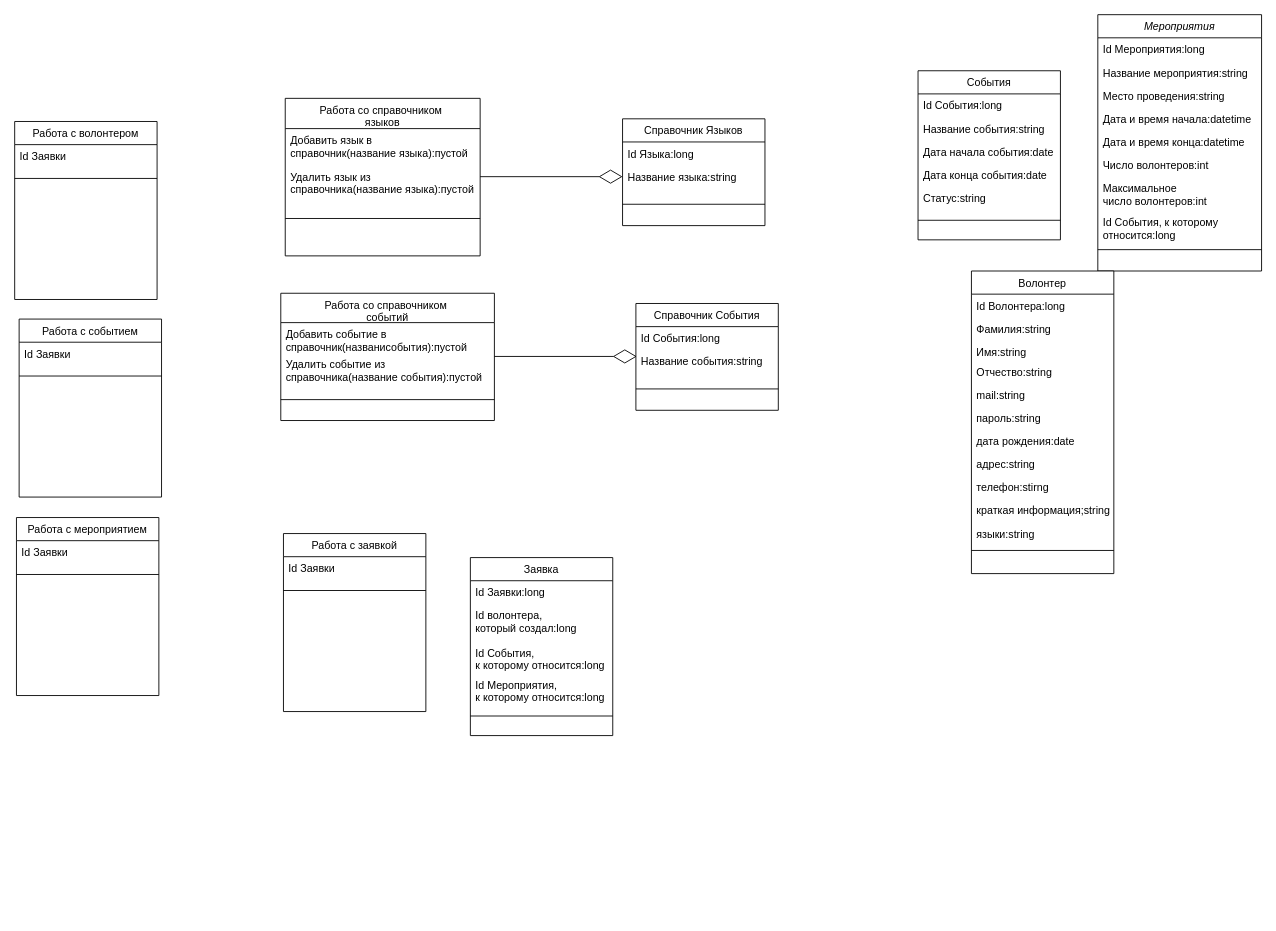
This is dclass.drawio from Alexander-Bankov/draw, a draw.io file, before an edit. Source tidied: cells renumbered, new cells numbered last; positions are measured from the earlier drawing's top-left corner, leaving out a move shared by most shapes. Both pictures are drawn from the tidied source at 89%, with x=0, y=0 at pixel (14, 14).
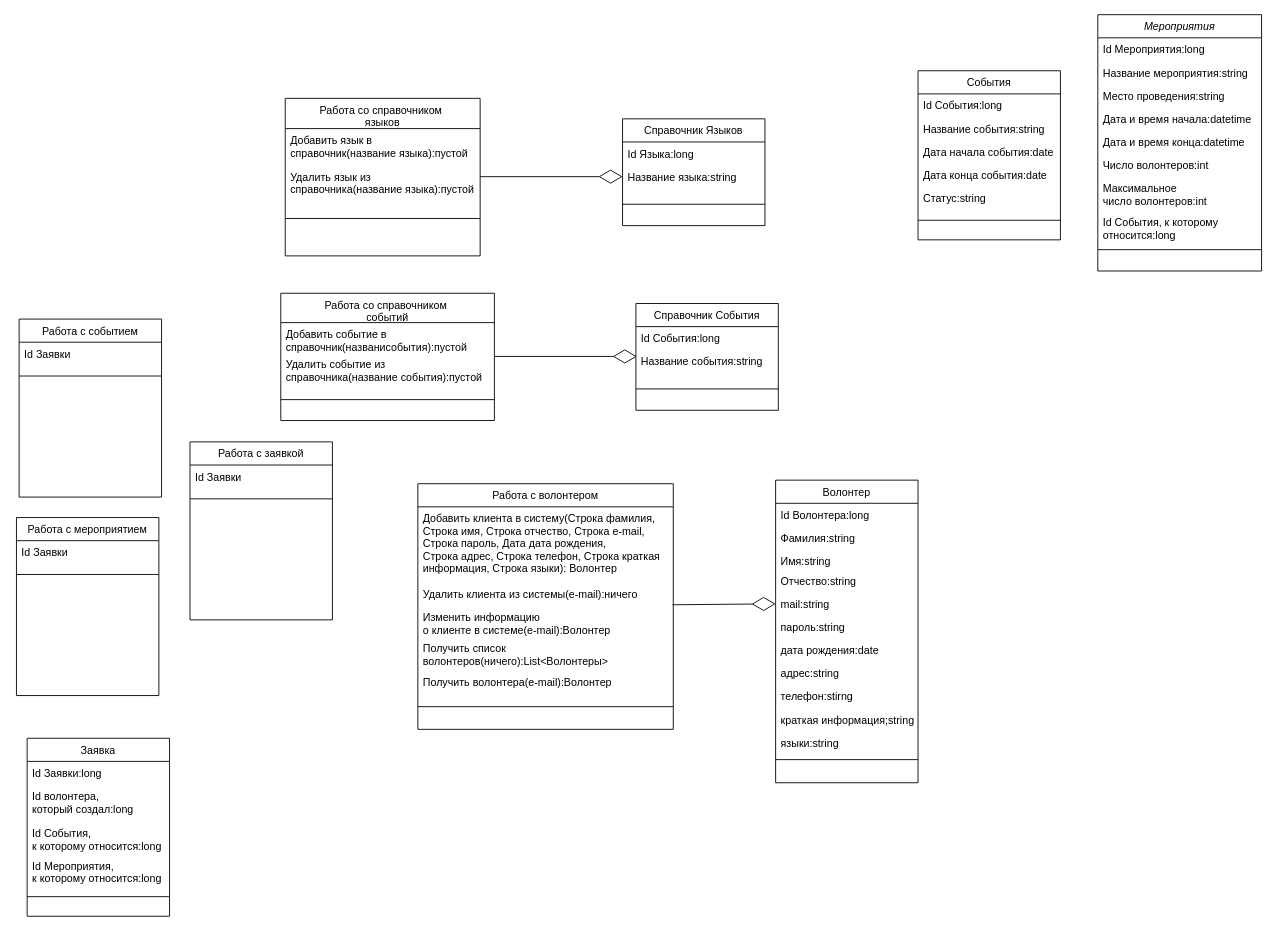
Above is the later version.

Unchanged cells that the change refers to:
```xml
<mxCell id="23" value="mail:string" style="text;align=left;verticalAlign=top;spacingLeft=4;spacingRight=4;overflow=hidden;points=[[0,0.5],[1,0.5]];portConstraint=eastwest;" parent="18" vertex="1">
  <mxGeometry y="126" width="160" height="26" as="geometry" />
</mxCell>
```

The edit, as a diff of the source:
```diff
@@
     <mxCell id="12" value="Заявка" style="swimlane;fontStyle=0;align=center;verticalAlign=top;horizontal=1;startSize=26;rounded=0;shadow=0;strokeWidth=1;" parent="1" vertex="1">
-      <mxGeometry x="512" y="610" width="160" height="200" as="geometry" />
+      <mxGeometry x="14" y="813" width="160" height="200" as="geometry" />
     </mxCell>
@@
     <mxCell id="18" value="Волонтер" style="swimlane;fontStyle=0;align=center;verticalAlign=top;horizontal=1;startSize=26;rounded=0;shadow=0;strokeWidth=1;" parent="1" vertex="1">
-      <mxGeometry x="1075" y="288" width="160" height="340" as="geometry" />
+      <mxGeometry x="855" y="523" width="160" height="340" as="geometry" />
     </mxCell>
@@
     <mxCell id="46" value="Работа с волонтером" style="swimlane;fontStyle=0;align=center;verticalAlign=top;horizontal=1;startSize=26;rounded=0;shadow=0;strokeWidth=1;" parent="1" vertex="1">
-      <mxGeometry y="120" width="160" height="200" as="geometry" />
+      <mxGeometry x="453" y="527" width="287" height="276" as="geometry" />
     </mxCell>
-    <mxCell id="47" value="Id Заявки" style="text;align=left;verticalAlign=top;spacingLeft=4;spacingRight=4;overflow=hidden;" parent="46" vertex="1">
-      <mxGeometry y="26" width="160" height="26" as="geometry" />
+    <mxCell id="47" value="Добавить клиента в систему(Строка фамилия,&#10;Строка имя, Строка отчество, Строка e-mail, &#10;Строка пароль, Дата дата рождения,&#10;Строка адрес, Строка телефон, Строка краткая&#10;информация, Строка языки): Волонтер" style="text;align=left;verticalAlign=top;spacingLeft=4;spacingRight=4;overflow=hidden;" parent="46" vertex="1">
+      <mxGeometry y="26" width="287" height="85" as="geometry" />
     </mxCell>
+    <mxCell id="68" value="Удалить клиента из системы(e-mail):ничего" style="text;align=left;verticalAlign=top;spacingLeft=4;spacingRight=4;overflow=hidden;" parent="46" vertex="1">
+      <mxGeometry y="111" width="287" height="26" as="geometry" />
+    </mxCell>
+    <mxCell id="69" value="Изменить информацию &#10;о клиенте в системе(e-mail):Волонтер" style="text;align=left;verticalAlign=top;spacingLeft=4;spacingRight=4;overflow=hidden;" parent="46" vertex="1">
+      <mxGeometry y="137" width="287" height="35" as="geometry" />
+    </mxCell>
+    <mxCell id="70" value="Получить список &#10;волонтеров(ничего):List&lt;Волонтеры&gt;" style="text;align=left;verticalAlign=top;spacingLeft=4;spacingRight=4;overflow=hidden;" parent="46" vertex="1">
+      <mxGeometry y="172" width="287" height="38" as="geometry" />
+    </mxCell>
+    <mxCell id="71" value="Получить волонтера(e-mail):Волонтер" style="text;align=left;verticalAlign=top;spacingLeft=4;spacingRight=4;overflow=hidden;" parent="46" vertex="1">
+      <mxGeometry y="210" width="287" height="26" as="geometry" />
+    </mxCell>
     <mxCell id="48" style="line;html=1;strokeWidth=1;align=left;verticalAlign=middle;spacingTop=-1;spacingLeft=3;spacingRight=3;labelPosition=right;" parent="46" vertex="1">
-      <mxGeometry y="52" width="160" height="24" as="geometry" />
+      <mxGeometry y="236" width="287" height="29" as="geometry" />
     </mxCell>
@@
     <mxCell id="59" value="Работа с заявкой" style="swimlane;fontStyle=0;align=center;verticalAlign=top;horizontal=1;startSize=26;rounded=0;shadow=0;strokeWidth=1;" parent="1" vertex="1">
-      <mxGeometry x="302" y="583" width="160" height="200" as="geometry" />
+      <mxGeometry x="197" y="480" width="160" height="200" as="geometry" />
     </mxCell>
@@
+    <mxCell id="72" style="endArrow=diamondThin;endFill=0;endSize=24;html=1;rounded=0;entryX=0;entryY=0.5;entryDx=0;entryDy=0;" parent="1" edge="1" target="23">
+      <mxGeometry relative="1" as="geometry">
+        <mxPoint x="739" y="663" as="sourcePoint" />
+      </mxGeometry>
+    </mxCell>
```
